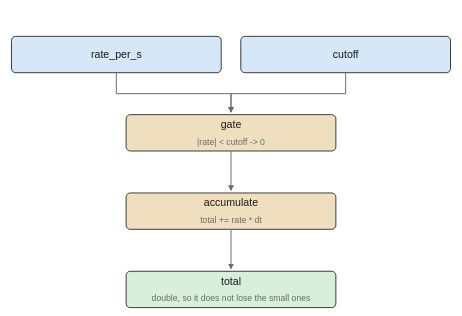
Earlier version of the draw.io export images/logic/block_Integral.drawio.svg (pstch/botanik2). Source tidied: cells renumbered, new cells last; positions are measured from the earlier drawing's top-left corner, leaving out a move shared by most shapes.
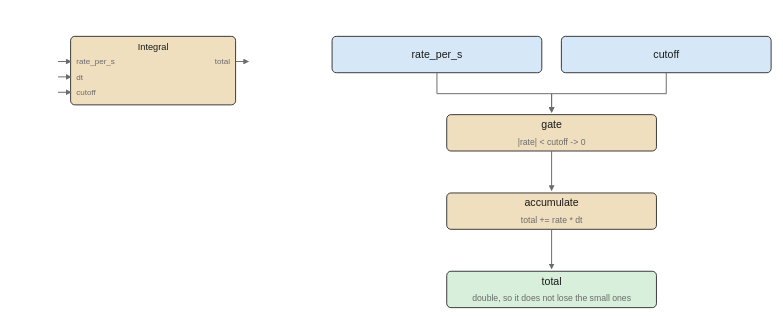
The same file after the commit.

Change to the diagram source:
```diff
@@ -2,52 +2,94 @@
   <root>
     <mxCell id="0" />
     <mxCell id="1" parent="0" />
-    <mxCell id="2" value="rate_per_s" style="rounded=1;fillColor=#d6e8f7;strokeColor=#1a1a1a;whiteSpace=wrap;html=1;fontSize=8;" parent="1" vertex="1">
-      <mxGeometry width="150" height="26" as="geometry" />
+    <mxCell id="2" style="rounded=1;fillColor=#f0dfbe;strokeColor=#1a1a1a;whiteSpace=wrap;html=1;fontSize=8;" parent="1" vertex="1">
+      <mxGeometry x="42" width="118" height="49" as="geometry" />
     </mxCell>
-    <mxCell id="3" value="cutoff" style="rounded=1;fillColor=#d6e8f7;strokeColor=#1a1a1a;whiteSpace=wrap;html=1;fontSize=8;" parent="1" vertex="1">
-      <mxGeometry x="164" width="150" height="26" as="geometry" />
+    <mxCell id="3" value="Integral" style="text;html=1;fontSize=6;fontColor=#1a1a1a;align=center;" parent="1" vertex="1">
+      <mxGeometry x="101" y="3.4" width="40" height="10.6" as="geometry" />
     </mxCell>
-    <mxCell id="4" value="gate" style="rounded=1;fillColor=#f0dfbe;strokeColor=#1a1a1a;whiteSpace=wrap;html=1;fontSize=8;" parent="1" vertex="1">
-      <mxGeometry x="82" y="56" width="150" height="26" as="geometry" />
+    <mxCell id="4" value="rate_per_s" style="text;html=1;fontSize=5;fontColor=#6b6b6b;align=left;" parent="1" vertex="1">
+      <mxGeometry x="46" y="14.2" width="50" height="9.8" as="geometry" />
     </mxCell>
-    <mxCell id="5" value="accumulate" style="rounded=1;fillColor=#f0dfbe;strokeColor=#1a1a1a;whiteSpace=wrap;html=1;fontSize=8;" parent="1" vertex="1">
-      <mxGeometry x="82" y="112" width="150" height="26" as="geometry" />
-    </mxCell>
+    <mxCell id="11" style="edgeStyle=none;html=1;strokeColor=#6b6b6b;endArrow=block;" parent="1" edge="1">
+      <mxGeometry relative="1" as="geometry">
+        <mxPoint x="33" y="18" as="sourcePoint" />
+        <mxPoint x="42" y="18" as="targetPoint" />
+      </mxGeometry>
+    </mxCell>
-    <mxCell id="6" value="total" style="rounded=1;fillColor=#d7efdb;strokeColor=#1a1a1a;whiteSpace=wrap;html=1;fontSize=8;" parent="1" vertex="1">
-      <mxGeometry x="82" y="168" width="150" height="26" as="geometry" />
+    <mxCell id="6" value="dt" style="text;html=1;fontSize=5;fontColor=#6b6b6b;align=left;" parent="1" vertex="1">
+      <mxGeometry x="46" y="25.2" width="40" height="9.8" as="geometry" />
     </mxCell>
     <mxCell id="7" style="edgeStyle=none;html=1;strokeColor=#6b6b6b;endArrow=block;" parent="1" edge="1">
       <mxGeometry relative="1" as="geometry">
-        <mxPoint x="75" y="26" as="sourcePoint" />
-        <mxPoint x="157" y="54" as="targetPoint" />
-        <Array as="points">
-          <mxPoint x="75" y="41" />
-          <mxPoint x="157" y="41" />
-        </Array>
+        <mxPoint x="33" y="29" as="sourcePoint" />
+        <mxPoint x="42" y="29" as="targetPoint" />
       </mxGeometry>
     </mxCell>
-    <mxCell id="8" style="edgeStyle=none;html=1;strokeColor=#6b6b6b;endArrow=block;" parent="1" edge="1">
-      <mxGeometry relative="1" as="geometry">
-        <mxPoint x="239" y="26" as="sourcePoint" />
-        <mxPoint x="157" y="54" as="targetPoint" />
-        <Array as="points">
-          <mxPoint x="239" y="41" />
-          <mxPoint x="157" y="41" />
-        </Array>
-      </mxGeometry>
-    </mxCell>
+    <mxCell id="12" value="cutoff" style="text;html=1;fontSize=5;fontColor=#6b6b6b;align=left;" parent="1" vertex="1">
+      <mxGeometry x="46" y="36.2" width="40" height="9.8" as="geometry" />
+    </mxCell>
     <mxCell id="9" style="edgeStyle=none;html=1;strokeColor=#6b6b6b;endArrow=block;" parent="1" edge="1">
       <mxGeometry relative="1" as="geometry">
-        <mxPoint x="157" y="82" as="sourcePoint" />
-        <mxPoint x="157" y="110" as="targetPoint" />
+        <mxPoint x="33" y="40" as="sourcePoint" />
+        <mxPoint x="42" y="40" as="targetPoint" />
       </mxGeometry>
     </mxCell>
-    <mxCell id="10" style="edgeStyle=none;html=1;strokeColor=#6b6b6b;endArrow=block;" parent="1" edge="1">
-      <mxGeometry relative="1" as="geometry">
-        <mxPoint x="157" y="138" as="sourcePoint" />
-        <mxPoint x="157" y="166" as="targetPoint" />
-      </mxGeometry>
-    </mxCell>
+    <mxCell id="13" value="total" style="text;html=1;fontSize=5;fontColor=#6b6b6b;align=left;" parent="1" vertex="1">
+      <mxGeometry x="156" y="14.2" width="40" height="9.8" as="geometry" />
+    </mxCell>
+    <mxCell id="14" style="edgeStyle=none;html=1;strokeColor=#6b6b6b;endArrow=block;" parent="1" edge="1">
+      <mxGeometry relative="1" as="geometry">
+        <mxPoint x="160" y="18" as="sourcePoint" />
+        <mxPoint x="169" y="18" as="targetPoint" />
+      </mxGeometry>
+    </mxCell>
+    <mxCell id="15" value="rate_per_s" style="rounded=1;fillColor=#d6e8f7;strokeColor=#1a1a1a;whiteSpace=wrap;html=1;fontSize=8;" parent="1" vertex="1">
+      <mxGeometry x="229" width="150" height="26" as="geometry" />
+    </mxCell>
+    <mxCell id="16" value="cutoff" style="rounded=1;fillColor=#d6e8f7;strokeColor=#1a1a1a;whiteSpace=wrap;html=1;fontSize=8;" parent="1" vertex="1">
+      <mxGeometry x="393" width="150" height="26" as="geometry" />
+    </mxCell>
+    <mxCell id="17" value="gate" style="rounded=1;fillColor=#f0dfbe;strokeColor=#1a1a1a;whiteSpace=wrap;html=1;fontSize=8;" parent="1" vertex="1">
+      <mxGeometry x="311" y="56" width="150" height="26" as="geometry" />
+    </mxCell>
+    <mxCell id="5" value="accumulate" style="rounded=1;fillColor=#f0dfbe;strokeColor=#1a1a1a;whiteSpace=wrap;html=1;fontSize=8;" parent="1" vertex="1">
+      <mxGeometry x="311" y="112" width="150" height="26" as="geometry" />
+    </mxCell>
+    <mxCell id="18" value="total" style="rounded=1;fillColor=#d7efdb;strokeColor=#1a1a1a;whiteSpace=wrap;html=1;fontSize=8;" parent="1" vertex="1">
+      <mxGeometry x="311" y="168" width="150" height="26" as="geometry" />
+    </mxCell>
+    <mxCell id="19" style="edgeStyle=none;html=1;strokeColor=#6b6b6b;endArrow=block;" parent="1" edge="1">
+      <mxGeometry relative="1" as="geometry">
+        <mxPoint x="304" y="26" as="sourcePoint" />
+        <mxPoint x="386" y="54" as="targetPoint" />
+        <Array as="points">
+          <mxPoint x="304" y="41" />
+          <mxPoint x="386" y="41" />
+        </Array>
+      </mxGeometry>
+    </mxCell>
+    <mxCell id="20" style="edgeStyle=none;html=1;strokeColor=#6b6b6b;endArrow=block;" parent="1" edge="1">
+      <mxGeometry relative="1" as="geometry">
+        <mxPoint x="468" y="26" as="sourcePoint" />
+        <mxPoint x="386" y="54" as="targetPoint" />
+        <Array as="points">
+          <mxPoint x="468" y="41" />
+          <mxPoint x="386" y="41" />
+        </Array>
+      </mxGeometry>
+    </mxCell>
+    <mxCell id="21" style="edgeStyle=none;html=1;strokeColor=#6b6b6b;endArrow=block;" parent="1" edge="1">
+      <mxGeometry relative="1" as="geometry">
+        <mxPoint x="386" y="82" as="sourcePoint" />
+        <mxPoint x="386" y="110" as="targetPoint" />
+      </mxGeometry>
+    </mxCell>
+    <mxCell id="22" style="edgeStyle=none;html=1;strokeColor=#6b6b6b;endArrow=block;" parent="1" edge="1">
+      <mxGeometry relative="1" as="geometry">
+        <mxPoint x="386" y="138" as="sourcePoint" />
+        <mxPoint x="386" y="166" as="targetPoint" />
+      </mxGeometry>
+    </mxCell>
   </root>
 </mxGraphModel>
```
